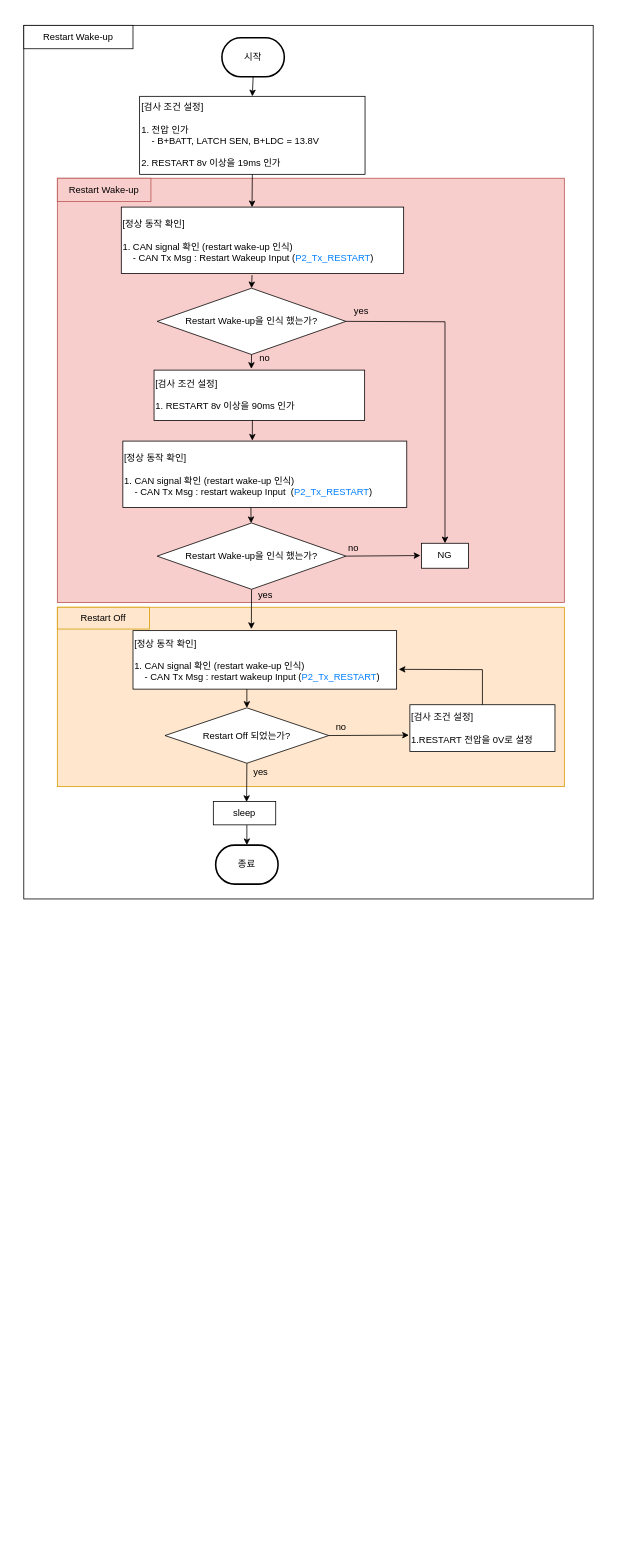
Earlier version of the draw.io diagram RESTART Wake-up.drawio (chaeyoonl/state-transition-diagram-test). Source tidied: cells renumbered, new cells numbered last; positions are measured from the earlier drawing's top-left corner, leaving out a move shared by most shapes. Both pictures are drawn from the tidied source at 78%, with x=0, y=0 at pixel (23, 25).
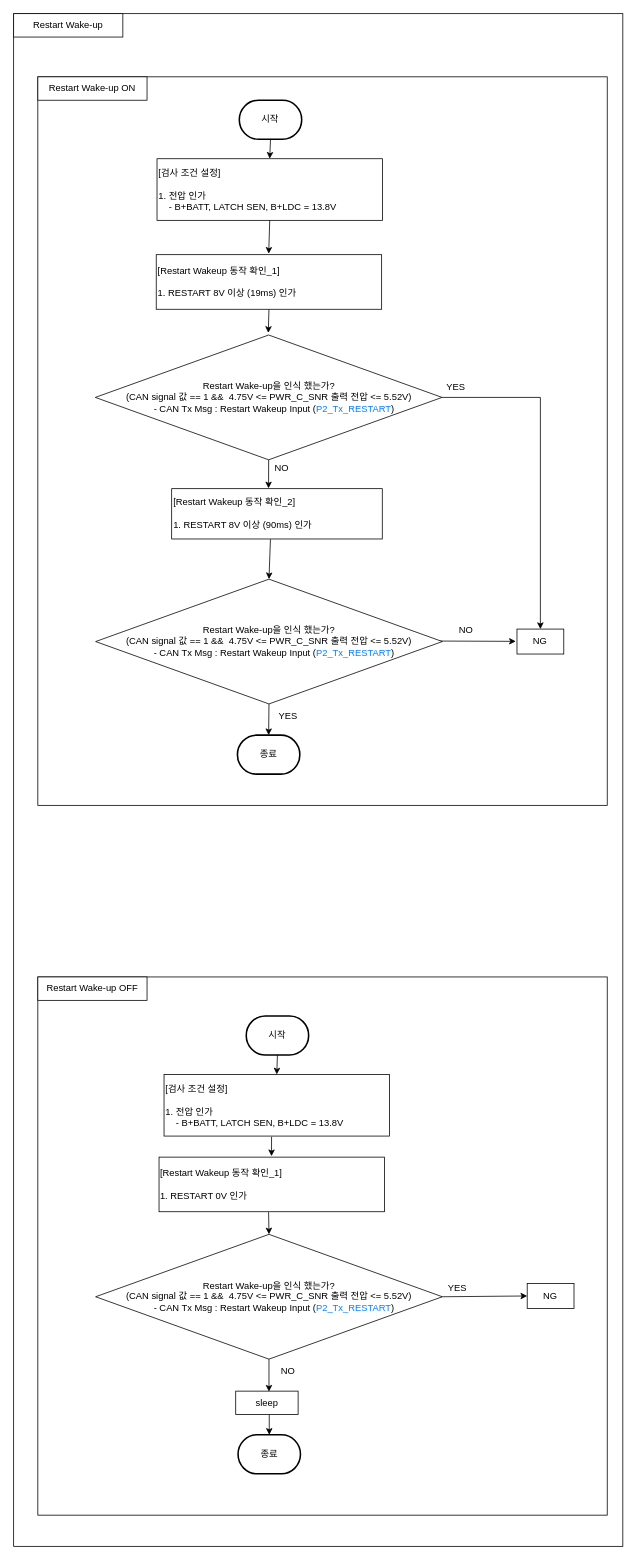
The same page after the edit.

Diff of the diagram source:
```diff
@@
+    <mxCell id="41" style="rounded=0;whiteSpace=wrap;html=1;" parent="1" vertex="1">
+      <mxGeometry x="-13" y="-15" width="781" height="1965" as="geometry" />
+    </mxCell>
+    <mxCell id="5" value="Restart Wake-up" style="rounded=0;whiteSpace=wrap;html=1;" parent="1" vertex="1">
+      <mxGeometry x="-13" y="-15" width="140" height="30" as="geometry" />
+    </mxCell>
     <mxCell id="2" style="rounded=0;whiteSpace=wrap;html=1;" parent="1" vertex="1">
-      <mxGeometry width="730" height="1120" as="geometry" />
+      <mxGeometry x="18" y="66" width="730" height="934" as="geometry" />
     </mxCell>
-    <mxCell id="3" value="Restart Wake-up" style="rounded=0;whiteSpace=wrap;html=1;" parent="1" vertex="1">
-      <mxGeometry width="140" height="30" as="geometry" />
+    <mxCell id="3" value="Restart Wake-up ON" style="rounded=0;whiteSpace=wrap;html=1;" parent="1" vertex="1">
+      <mxGeometry x="18" y="66" width="140" height="30" as="geometry" />
     </mxCell>
-    <mxCell id="4" style="rounded=0;whiteSpace=wrap;html=1;fillColor=#f8cecc;strokeColor=#b85450;" parent="1" vertex="1">
-      <mxGeometry x="43" y="196" width="650" height="544" as="geometry" />
-    </mxCell>
-    <mxCell id="5" value="&lt;span style=&quot;color: rgb(0, 0, 0); font-family: Helvetica; font-size: 12px; font-style: normal; font-variant-ligatures: normal; font-variant-caps: normal; font-weight: 400; letter-spacing: normal; orphans: 2; text-align: center; text-indent: 0px; text-transform: none; widows: 2; word-spacing: 0px; -webkit-text-stroke-width: 0px; text-decoration-thickness: initial; text-decoration-style: initial; text-decoration-color: initial; float: none; display: inline !important;&quot;&gt;Restart Wake-up&lt;br&gt;&lt;/span&gt;" style="rounded=0;whiteSpace=wrap;html=1;fillColor=#f8cecc;strokeColor=#b85450;fillStyle=solid;labelBackgroundColor=none;" parent="1" vertex="1">
-      <mxGeometry x="43" y="196" width="120" height="30" as="geometry" />
-    </mxCell>
-    <mxCell id="6" style="rounded=0;whiteSpace=wrap;html=1;fillColor=#ffe6cc;strokeColor=#d79b00;" parent="1" vertex="1">
-      <mxGeometry x="43" y="746" width="650" height="230" as="geometry" />
-    </mxCell>
-    <mxCell id="7" value="&lt;span style=&quot;color: rgb(0, 0, 0); font-family: Helvetica; font-size: 12px; font-style: normal; font-variant-ligatures: normal; font-variant-caps: normal; font-weight: 400; letter-spacing: normal; orphans: 2; text-align: center; text-indent: 0px; text-transform: none; widows: 2; word-spacing: 0px; -webkit-text-stroke-width: 0px; text-decoration-thickness: initial; text-decoration-style: initial; text-decoration-color: initial; float: none; display: inline !important;&quot;&gt;Restart Off&lt;br&gt;&lt;/span&gt;" style="rounded=0;whiteSpace=wrap;html=1;fillColor=#ffe6cc;strokeColor=#d79b00;labelBackgroundColor=none;" parent="1" vertex="1">
-      <mxGeometry x="43" y="746" width="118.2" height="28" as="geometry" />
-    </mxCell>
     <mxCell id="8" value="시작" style="strokeWidth=2;html=1;shape=mxgraph.flowchart.terminator;whiteSpace=wrap;" parent="1" vertex="1">
-      <mxGeometry x="254" y="16" width="80" height="50" as="geometry" />
+      <mxGeometry x="276.3" y="96" width="80" height="50" as="geometry" />
     </mxCell>
-    <mxCell id="9" value="[검사 조건 설정]&lt;br&gt;&lt;br&gt;1. 전압 인가&lt;br&gt;&amp;nbsp; &amp;nbsp; - B+BATT, LATCH SEN, B+LDC = 13.8V&lt;br&gt;&lt;br&gt;2. RESTART 8v 이상을&amp;nbsp;19ms 인가&amp;nbsp;" style="rounded=0;whiteSpace=wrap;html=1;align=left;" parent="1" vertex="1">
-      <mxGeometry x="148.5" y="91" width="289" height="100" as="geometry" />
+    <mxCell id="9" value="[검사 조건 설정]&lt;br&gt;&lt;br&gt;1. 전압 인가&lt;br&gt;&amp;nbsp; &amp;nbsp; - B+BATT, LATCH SEN, B+LDC = 13.8V" style="rounded=0;whiteSpace=wrap;html=1;align=left;" parent="1" vertex="1">
+      <mxGeometry x="170.8" y="171" width="289" height="79" as="geometry" />
     </mxCell>
-    <mxCell id="10" value="Restart Wake-up을 인식 했는가?" style="rhombus;whiteSpace=wrap;html=1;" parent="1" vertex="1">
-      <mxGeometry x="171" y="337" width="242" height="85" as="geometry" />
+    <mxCell id="10" value="Restart Wake-up을 인식 했는가?&lt;br&gt;(CAN signal 값 == 1 &amp;amp;&amp;amp;&amp;nbsp;&amp;nbsp;4.75V &amp;lt;= PWR_C_SNR 출력 전압 &amp;lt;= 5.52V)&lt;br&gt;&amp;nbsp; &amp;nbsp; - CAN Tx Msg : Restart Wakeup Input&amp;nbsp;&lt;span style=&quot;text-align: left;&quot;&gt;(&lt;/span&gt;&lt;font style=&quot;border-color: var(--border-color); text-align: left;&quot; color=&quot;#007fff&quot;&gt;P2_Tx_RESTART&lt;/font&gt;&lt;span style=&quot;text-align: left;&quot;&gt;)&lt;/span&gt;" style="rhombus;whiteSpace=wrap;html=1;" parent="1" vertex="1">
+      <mxGeometry x="91.7" y="397" width="444.5" height="160" as="geometry" />
     </mxCell>
-    <mxCell id="11" style="endArrow=classic;html=1;rounded=0;entryX=0.5;entryY=0;entryDx=0;entryDy=0;exitX=0.463;exitY=1.026;exitDx=0;exitDy=0;exitPerimeter=0;" parent="1" edge="1" source="22" target="10">
-      <mxGeometry relative="1" as="geometry" />
-    </mxCell>
@@
-    <mxCell id="13" style="endArrow=classic;html=1;rounded=0;exitX=0.5;exitY=1;exitDx=0;exitDy=0;entryX=0.449;entryY=-0.027;entryDx=0;entryDy=0;entryPerimeter=0;" parent="1" edge="1" source="16" target="37">
+    <mxCell id="13" style="endArrow=classic;html=1;rounded=0;exitX=0.5;exitY=1;exitDx=0;exitDy=0;entryX=0.5;entryY=0;entryDx=0;entryDy=0;entryPerimeter=0;" parent="1" edge="1" source="42" target="45">
       <mxGeometry relative="1" as="geometry" />
     </mxCell>
-    <mxCell id="14" value="yes" style="text;html=1;strokeColor=none;fillColor=none;align=center;verticalAlign=middle;whiteSpace=wrap;rounded=0;" parent="1" vertex="1">
-      <mxGeometry x="280" y="716" width="60" height="30" as="geometry" />
+    <mxCell id="14" value="YES" style="text;html=1;strokeColor=none;fillColor=none;align=center;verticalAlign=middle;whiteSpace=wrap;rounded=0;" parent="1" vertex="1">
+      <mxGeometry x="309.3" y="871" width="60" height="30" as="geometry" />
     </mxCell>
-    <mxCell id="15" value="no" style="text;html=1;strokeColor=none;fillColor=none;align=center;verticalAlign=middle;whiteSpace=wrap;rounded=0;" parent="1" vertex="1">
-      <mxGeometry x="279" y="412" width="60" height="30" as="geometry" />
+    <mxCell id="15" value="NO" style="text;html=1;strokeColor=none;fillColor=none;align=center;verticalAlign=middle;whiteSpace=wrap;rounded=0;" parent="1" vertex="1">
+      <mxGeometry x="300.9" y="553" width="60" height="30" as="geometry" />
     </mxCell>
-    <mxCell id="16" value="Restart Wake-up을 인식 했는가?" style="rhombus;whiteSpace=wrap;html=1;" parent="1" vertex="1">
-      <mxGeometry x="171" y="638" width="242" height="85" as="geometry" />
-    </mxCell>
-    <mxCell id="17" value="no" style="text;html=1;strokeColor=none;fillColor=none;align=center;verticalAlign=middle;whiteSpace=wrap;rounded=0;" parent="1" vertex="1">
-      <mxGeometry x="393" y="656" width="60" height="30" as="geometry" />
+    <mxCell id="17" value="NO" style="text;html=1;strokeColor=none;fillColor=none;align=center;verticalAlign=middle;whiteSpace=wrap;rounded=0;" parent="1" vertex="1">
+      <mxGeometry x="536.6" y="760" width="60" height="30" as="geometry" />
     </mxCell>
-    <mxCell id="18" style="endArrow=classic;html=1;rounded=0;exitX=0.451;exitY=0.995;exitDx=0;exitDy=0;exitPerimeter=0;" parent="1" edge="1" source="25" target="16">
+    <mxCell id="18" style="endArrow=classic;html=1;rounded=0;exitX=0.469;exitY=1.005;exitDx=0;exitDy=0;exitPerimeter=0;entryX=0.5;entryY=0;entryDx=0;entryDy=0;" parent="1" edge="1" source="39" target="42">
       <mxGeometry relative="1" as="geometry" />
     </mxCell>
     <mxCell id="19" value="NG" style="rounded=0;whiteSpace=wrap;html=1;align=center;" parent="1" vertex="1">
-      <mxGeometry x="510" y="664" width="60" height="32" as="geometry" />
+      <mxGeometry x="632.3" y="774" width="60" height="32" as="geometry" />
     </mxCell>
-    <mxCell id="20" value="yes" style="text;html=1;strokeColor=none;fillColor=none;align=center;verticalAlign=middle;whiteSpace=wrap;rounded=0;" parent="1" vertex="1">
-      <mxGeometry x="403" y="352" width="60" height="30" as="geometry" />
+    <mxCell id="20" value="YES" style="text;html=1;strokeColor=none;fillColor=none;align=center;verticalAlign=middle;whiteSpace=wrap;rounded=0;" parent="1" vertex="1">
+      <mxGeometry x="523.9" y="449" width="60" height="30" as="geometry" />
     </mxCell>
     <mxCell id="21" style="endArrow=classic;html=1;rounded=0;exitX=1;exitY=0.5;exitDx=0;exitDy=0;entryX=0.5;entryY=0;entryDx=0;entryDy=0;" parent="1" edge="1" source="10" target="19">
       <mxGeometry relative="1" as="geometry">
         <Array as="points">
-          <mxPoint x="540" y="380" />
+          <mxPoint x="662.3" y="477" />
         </Array>
       </mxGeometry>
     </mxCell>
-    <mxCell id="22" value="[정상 동작 확인]&lt;br&gt;&lt;br&gt;1. CAN signal 확인 (restart wake-up 인식)&lt;br&gt;&lt;span style=&quot;background-color: initial;&quot;&gt;&amp;nbsp; &amp;nbsp; - CAN Tx Msg : Restart Wakeup Input&amp;nbsp;&lt;/span&gt;(&lt;font style=&quot;border-color: var(--border-color);&quot; color=&quot;#007fff&quot;&gt;P2_Tx_RESTART&lt;/font&gt;)" style="rounded=0;whiteSpace=wrap;html=1;align=left;" parent="1" vertex="1">
-      <mxGeometry x="125" y="233" width="362" height="85" as="geometry" />
-    </mxCell>
-    <mxCell id="23" style="endArrow=classic;html=1;rounded=0;exitX=0.5;exitY=1;exitDx=0;exitDy=0;entryX=0.463;entryY=0.002;entryDx=0;entryDy=0;entryPerimeter=0;" parent="1" edge="1" source="9" target="22">
+    <mxCell id="23" style="endArrow=classic;html=1;rounded=0;exitX=0.5;exitY=1;exitDx=0;exitDy=0;entryX=0.499;entryY=-0.017;entryDx=0;entryDy=0;entryPerimeter=0;" parent="1" edge="1" source="44" target="10">
       <mxGeometry relative="1" as="geometry" />
     </mxCell>
-    <mxCell id="24" style="endArrow=classic;html=1;rounded=0;exitX=0.5;exitY=1;exitDx=0;exitDy=0;entryX=0.462;entryY=-0.025;entryDx=0;entryDy=0;entryPerimeter=0;" parent="1" edge="1" source="10" target="39">
+    <mxCell id="24" style="endArrow=classic;html=1;rounded=0;exitX=0.5;exitY=1;exitDx=0;exitDy=0;entryX=0.46;entryY=-0.006;entryDx=0;entryDy=0;entryPerimeter=0;" parent="1" edge="1" source="10" target="39">
       <mxGeometry relative="1" as="geometry" />
     </mxCell>
-    <mxCell id="25" value="[정상 동작 확인]&lt;br&gt;&lt;br&gt;1. CAN signal 확인 (restart wake-up 인식)&lt;br&gt;&amp;nbsp; &amp;nbsp; - CAN Tx Msg : restart wakeup&amp;nbsp;Input&amp;nbsp; (&lt;font color=&quot;#007fff&quot;&gt;P2_Tx_RESTART&lt;/font&gt;)" style="rounded=0;whiteSpace=wrap;html=1;align=left;" parent="1" vertex="1">
-      <mxGeometry x="127" y="533" width="364" height="85" as="geometry" />
-    </mxCell>
+    <mxCell id="38" style="endArrow=classic;html=1;rounded=0;exitX=0.99;exitY=0.496;exitDx=0;exitDy=0;entryX=-0.026;entryY=0.492;entryDx=0;entryDy=0;entryPerimeter=0;exitPerimeter=0;" parent="1" edge="1" source="42" target="19">
+      <mxGeometry relative="1" as="geometry" />
+    </mxCell>
+    <mxCell id="39" value="[Restart Wakeup 동작 확인_2]&lt;br&gt;&lt;br&gt;1.&amp;nbsp;RESTART 8V 이상 (&lt;span style=&quot;text-align: center;&quot;&gt;90ms) 인가&amp;nbsp;&lt;/span&gt;" style="rounded=0;whiteSpace=wrap;html=1;align=left;" parent="1" vertex="1">
+      <mxGeometry x="189.6" y="594" width="270" height="64.5" as="geometry" />
+    </mxCell>
+    <mxCell id="42" value="Restart Wake-up을 인식 했는가?&lt;br&gt;(CAN signal 값 == 1 &amp;amp;&amp;amp;&amp;nbsp;&amp;nbsp;4.75V &amp;lt;= PWR_C_SNR 출력 전압 &amp;lt;= 5.52V)&lt;br&gt;&amp;nbsp; &amp;nbsp; - CAN Tx Msg : Restart Wakeup Input&amp;nbsp;&lt;span style=&quot;text-align: left;&quot;&gt;(&lt;/span&gt;&lt;font style=&quot;border-color: var(--border-color); text-align: left;&quot; color=&quot;#007fff&quot;&gt;P2_Tx_RESTART&lt;/font&gt;&lt;span style=&quot;text-align: left;&quot;&gt;)&lt;/span&gt;" style="rhombus;whiteSpace=wrap;html=1;" parent="1" vertex="1">
+      <mxGeometry x="92.1" y="710" width="444.5" height="160" as="geometry" />
+    </mxCell>
+    <mxCell id="43" style="endArrow=classic;html=1;rounded=0;exitX=0.5;exitY=1;exitDx=0;exitDy=0;entryX=0.499;entryY=-0.017;entryDx=0;entryDy=0;entryPerimeter=0;" parent="1" edge="1" source="9" target="44">
+      <mxGeometry relative="1" as="geometry" />
+    </mxCell>
+    <mxCell id="44" value="[Restart Wakeup 동작 확인_1]&lt;br&gt;&lt;br&gt;1. RESTART 8V 이상 (19ms) 인가&amp;nbsp;" style="rounded=0;whiteSpace=wrap;html=1;align=left;" parent="1" vertex="1">
+      <mxGeometry x="169.8" y="294" width="289" height="70" as="geometry" />
+    </mxCell>
+    <mxCell id="45" value="종료" style="strokeWidth=2;html=1;shape=mxgraph.flowchart.terminator;whiteSpace=wrap;" parent="1" vertex="1">
+      <mxGeometry x="273.9" y="910" width="80" height="50" as="geometry" />
+    </mxCell>
+    <mxCell id="46" style="rounded=0;whiteSpace=wrap;html=1;" parent="1" vertex="1">
+      <mxGeometry x="18" y="1220" width="730" height="690" as="geometry" />
+    </mxCell>
+    <mxCell id="47" value="Restart Wake-up OFF" style="rounded=0;whiteSpace=wrap;html=1;" parent="1" vertex="1">
+      <mxGeometry x="18" y="1220" width="140" height="30" as="geometry" />
+    </mxCell>
     <mxCell id="26" value="종료" style="strokeWidth=2;html=1;shape=mxgraph.flowchart.terminator;whiteSpace=wrap;" parent="1" vertex="1">
-      <mxGeometry x="246" y="1051" width="80" height="50" as="geometry" />
+      <mxGeometry x="274.7" y="1807" width="80" height="50" as="geometry" />
     </mxCell>
-    <mxCell id="27" value="Restart Off 되었는가?" style="rhombus;whiteSpace=wrap;html=1;" parent="1" vertex="1">
-      <mxGeometry x="181" y="875" width="210" height="71" as="geometry" />
-    </mxCell>
-    <mxCell id="28" style="endArrow=classic;html=1;rounded=0;exitX=0.5;exitY=1;exitDx=0;exitDy=0;entryX=0.5;entryY=0;entryDx=0;entryDy=0;" parent="1" edge="1" target="27">
-      <mxGeometry relative="1" as="geometry">
-        <mxPoint x="286" y="835" as="sourcePoint" />
-      </mxGeometry>
-    </mxCell>
     <mxCell id="29" style="endArrow=classic;html=1;rounded=0;exitX=0.5;exitY=1;exitDx=0;exitDy=0;entryX=0.5;entryY=0;entryDx=0;entryDy=0;entryPerimeter=0;" parent="1" edge="1" target="26">
       <mxGeometry relative="1" as="geometry">
-        <mxPoint x="286" y="1025" as="sourcePoint" />
+        <mxPoint x="314.7" y="1781" as="sourcePoint" />
       </mxGeometry>
     </mxCell>
-    <mxCell id="30" value="[검사 조건 설정]&lt;br&gt;&lt;br&gt;1.RESTART&amp;nbsp;전압을 0V로 설정" style="rounded=0;whiteSpace=wrap;html=1;align=left;" parent="1" vertex="1">
-      <mxGeometry x="495" y="871" width="186" height="60" as="geometry" />
-    </mxCell>
-    <mxCell id="31" style="endArrow=classic;html=1;rounded=0;exitX=1;exitY=0.5;exitDx=0;exitDy=0;entryX=-0.007;entryY=0.65;entryDx=0;entryDy=0;entryPerimeter=0;" parent="1" edge="1" source="27" target="30">
+    <mxCell id="31" style="endArrow=classic;html=1;rounded=0;exitX=1;exitY=0.5;exitDx=0;exitDy=0;entryX=0;entryY=0.5;entryDx=0;entryDy=0;" parent="1" edge="1" source="54" target="55">
       <mxGeometry relative="1" as="geometry" />
     </mxCell>
     <mxCell id="32" value="sleep" style="rounded=0;whiteSpace=wrap;html=1;align=center;" parent="1" vertex="1">
-      <mxGeometry x="243" y="995" width="80" height="30" as="geometry" />
+      <mxGeometry x="271.7" y="1751" width="80" height="30" as="geometry" />
     </mxCell>
-    <mxCell id="33" style="endArrow=classic;html=1;rounded=0;exitX=0.5;exitY=1;exitDx=0;exitDy=0;entryX=0.533;entryY=0.022;entryDx=0;entryDy=0;entryPerimeter=0;" parent="1" edge="1" source="27" target="32">
+    <mxCell id="33" style="endArrow=classic;html=1;rounded=0;exitX=0.5;exitY=1;exitDx=0;exitDy=0;entryX=0.533;entryY=0.022;entryDx=0;entryDy=0;entryPerimeter=0;" parent="1" edge="1" source="54" target="32">
       <mxGeometry relative="1" as="geometry" />
     </mxCell>
-    <mxCell id="34" value="yes" style="text;html=1;strokeColor=none;fillColor=none;align=center;verticalAlign=middle;whiteSpace=wrap;rounded=0;" parent="1" vertex="1">
-      <mxGeometry x="274" y="943" width="60" height="30" as="geometry" />
+    <mxCell id="34" value="NO" style="text;html=1;strokeColor=none;fillColor=none;align=center;verticalAlign=middle;whiteSpace=wrap;rounded=0;" parent="1" vertex="1">
+      <mxGeometry x="309.4" y="1711" width="60" height="30" as="geometry" />
     </mxCell>
-    <mxCell id="35" value="no" style="text;html=1;strokeColor=none;fillColor=none;align=center;verticalAlign=middle;whiteSpace=wrap;rounded=0;" parent="1" vertex="1">
-      <mxGeometry x="377" y="885" width="60" height="30" as="geometry" />
+    <mxCell id="35" value="YES" style="text;html=1;strokeColor=none;fillColor=none;align=center;verticalAlign=middle;whiteSpace=wrap;rounded=0;" parent="1" vertex="1">
+      <mxGeometry x="526.4" y="1604" width="60" height="30" as="geometry" />
     </mxCell>
-    <mxCell id="36" style="endArrow=classic;html=1;rounded=0;exitX=0.5;exitY=0;exitDx=0;exitDy=0;entryX=1.008;entryY=0.662;entryDx=0;entryDy=0;entryPerimeter=0;" parent="1" edge="1" source="30" target="37">
-      <mxGeometry relative="1" as="geometry">
-        <Array as="points">
-          <mxPoint x="588" y="826" />
-        </Array>
-      </mxGeometry>
-    </mxCell>
-    <mxCell id="37" value="[정상 동작 확인]&lt;br&gt;&lt;br&gt;1. CAN signal 확인 (restart wake-up 인식)&lt;br&gt;&amp;nbsp; &amp;nbsp; - CAN Tx Msg : restart wakeup&amp;nbsp;Input&amp;nbsp;(&lt;font color=&quot;#007fff&quot;&gt;P2_Tx_RESTART&lt;/font&gt;)" style="rounded=0;whiteSpace=wrap;html=1;align=left;" parent="1" vertex="1">
-      <mxGeometry x="140" y="776" width="338" height="75" as="geometry" />
-    </mxCell>
-    <mxCell id="38" style="endArrow=classic;html=1;rounded=0;exitX=1;exitY=0.5;exitDx=0;exitDy=0;entryX=-0.026;entryY=0.492;entryDx=0;entryDy=0;entryPerimeter=0;" parent="1" edge="1" source="16" target="19">
-      <mxGeometry relative="1" as="geometry" />
-    </mxCell>
-    <mxCell id="39" value="[검사 조건 설정]&lt;br&gt;&lt;br&gt;1.&amp;nbsp;RESTART 8v 이상을&amp;nbsp;&lt;span style=&quot;text-align: center;&quot;&gt;90ms 인가&amp;nbsp;&lt;/span&gt;" style="rounded=0;whiteSpace=wrap;html=1;align=left;" parent="1" vertex="1">
-      <mxGeometry x="167" y="442" width="270" height="64.5" as="geometry" />
-    </mxCell>
-    <mxCell id="40" style="endArrow=classic;html=1;rounded=0;exitX=0.467;exitY=0.99;exitDx=0;exitDy=0;exitPerimeter=0;entryX=0.456;entryY=-0.007;entryDx=0;entryDy=0;entryPerimeter=0;" parent="1" edge="1" source="39" target="25">
-      <mxGeometry relative="1" as="geometry" />
-    </mxCell>
+    <mxCell id="48" value="시작" style="strokeWidth=2;html=1;shape=mxgraph.flowchart.terminator;whiteSpace=wrap;" parent="1" vertex="1">
+      <mxGeometry x="285.2" y="1270" width="80" height="50" as="geometry" />
+    </mxCell>
+    <mxCell id="49" value="[검사 조건 설정]&lt;br&gt;&lt;br&gt;1. 전압 인가&lt;br&gt;&amp;nbsp; &amp;nbsp; - B+BATT, LATCH SEN, B+LDC = 13.8V" style="rounded=0;whiteSpace=wrap;html=1;align=left;" parent="1" vertex="1">
+      <mxGeometry x="179.8" y="1345" width="289" height="79" as="geometry" />
+    </mxCell>
+    <mxCell id="50" style="endArrow=classic;html=1;rounded=0;exitX=0.5;exitY=1;exitDx=0;exitDy=0;exitPerimeter=0;entryX=0.5;entryY=0;entryDx=0;entryDy=0;" parent="1" edge="1" source="48" target="49">
+      <mxGeometry relative="1" as="geometry" />
+    </mxCell>
+    <mxCell id="51" style="endArrow=classic;html=1;rounded=0;exitX=0.477;exitY=1.012;exitDx=0;exitDy=0;entryX=0.499;entryY=-0.017;entryDx=0;entryDy=0;entryPerimeter=0;exitPerimeter=0;" parent="1" edge="1" source="49" target="52">
+      <mxGeometry relative="1" as="geometry" />
+    </mxCell>
+    <mxCell id="52" value="[Restart Wakeup 동작 확인_1]&lt;br&gt;&lt;br&gt;1. RESTART 0V 인가" style="rounded=0;whiteSpace=wrap;html=1;align=left;" parent="1" vertex="1">
+      <mxGeometry x="173.4" y="1451" width="289" height="70" as="geometry" />
+    </mxCell>
+    <mxCell id="53" style="endArrow=classic;html=1;rounded=0;exitX=0.486;exitY=1.007;exitDx=0;exitDy=0;entryX=0.5;entryY=0;entryDx=0;entryDy=0;exitPerimeter=0;" parent="1" edge="1" source="52" target="54">
+      <mxGeometry relative="1" as="geometry" />
+    </mxCell>
+    <mxCell id="54" value="Restart Wake-up을 인식 했는가?&lt;br&gt;(CAN signal 값 == 1 &amp;amp;&amp;amp;&amp;nbsp;&amp;nbsp;4.75V &amp;lt;= PWR_C_SNR 출력 전압 &amp;lt;= 5.52V)&lt;br&gt;&amp;nbsp; &amp;nbsp; - CAN Tx Msg : Restart Wakeup Input&amp;nbsp;&lt;span style=&quot;text-align: left;&quot;&gt;(&lt;/span&gt;&lt;font style=&quot;border-color: var(--border-color); text-align: left;&quot; color=&quot;#007fff&quot;&gt;P2_Tx_RESTART&lt;/font&gt;&lt;span style=&quot;text-align: left;&quot;&gt;)&lt;/span&gt;" style="rhombus;whiteSpace=wrap;html=1;" parent="1" vertex="1">
+      <mxGeometry x="92.1" y="1550" width="444.5" height="160" as="geometry" />
+    </mxCell>
+    <mxCell id="55" value="NG" style="rounded=0;whiteSpace=wrap;html=1;align=center;" parent="1" vertex="1">
+      <mxGeometry x="645.4" y="1613" width="60" height="32" as="geometry" />
+    </mxCell>
```
